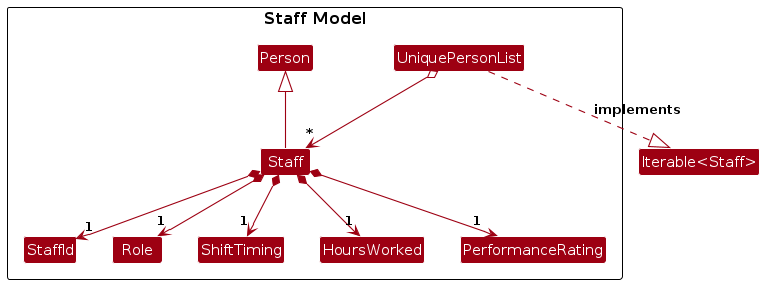
This is diagrams/StaffModelClassDiagram.png from rannn367/tp, a PlantUML export, as it was before one commit. Its source is kept beside it as diagrams/StaffModelClassDiagram.puml.
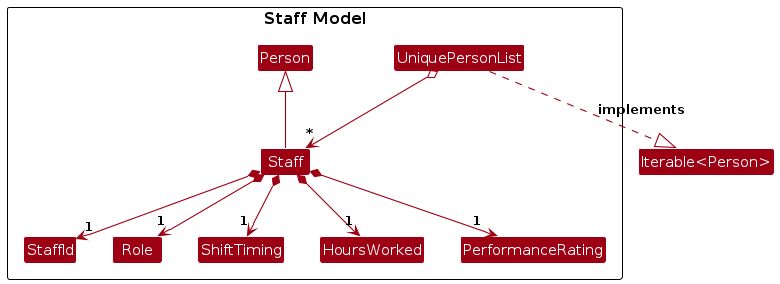
The same diagram one commit later.

Diff of the diagram source:
```diff
@@ -104,6 +104,6 @@
 Staff *--> "1" PerformanceRating
 
 UniquePersonList o--> "*" Staff
-UniquePersonList ..|> "Iterable<Staff>" : implements
+UniquePersonList ..|> "Iterable<Person>" : implements
 
 @enduml
```
